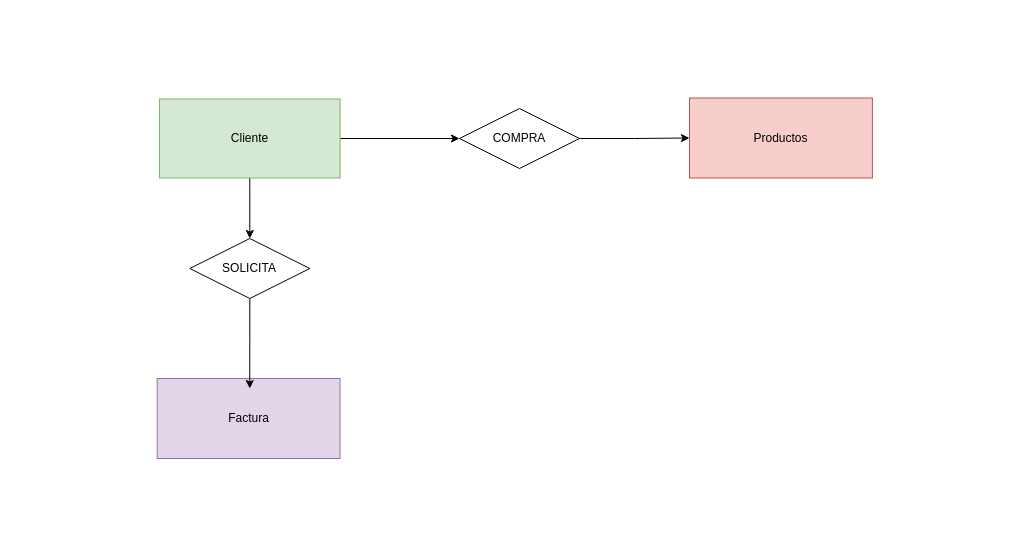
The draw.io diagram Ejercicio 3.drawio in Libelulapop/Base-de-Datos, before the edit. Source tidied: cells renumbered, new cells numbered last; positions are measured from the earlier drawing's top-left corner, leaving out a move shared by most shapes. Both pictures are drawn from the tidied source at 100%, with x=0, y=0 at pixel (157, 98).
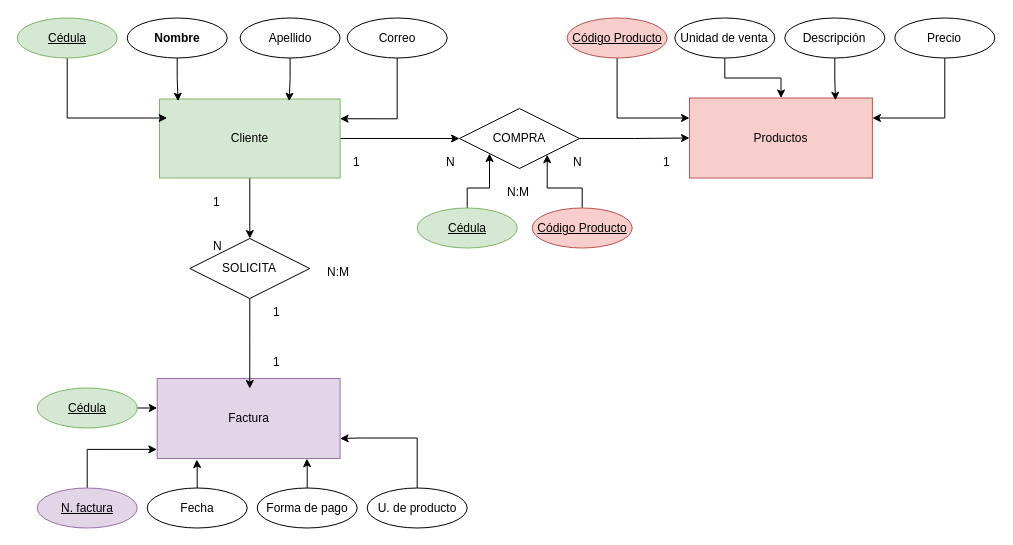
The same page after the edit.

Unchanged cells that the change refers to:
```xml
<mxCell id="2" value="Productos" style="whiteSpace=wrap;html=1;align=center;fillColor=#f8cecc;strokeColor=#b85450;" parent="1" vertex="1">
  <mxGeometry x="532" y="-0.5" width="182.9" height="80" as="geometry" />
</mxCell>
<mxCell id="5" value="Cliente" style="whiteSpace=wrap;html=1;align=center;fillColor=#d5e8d4;strokeColor=#82b366;" parent="1" vertex="1">
  <mxGeometry x="2" y="0.5" width="180.6" height="79" as="geometry" />
</mxCell>
<mxCell id="6" value="Factura" style="whiteSpace=wrap;html=1;align=center;fillColor=#e1d5e7;strokeColor=#9673a6;" parent="1" vertex="1">
  <mxGeometry x="-0.3" y="280" width="182.9" height="80" as="geometry" />
</mxCell>
<mxCell id="8" value="COMPRA" style="shape=rhombus;perimeter=rhombusPerimeter;whiteSpace=wrap;html=1;align=center;" parent="1" vertex="1">
  <mxGeometry x="302" y="10" width="120" height="60" as="geometry" />
</mxCell>
```

Change to the diagram source:
```diff
@@
+    <mxCell id="11" style="edgeStyle=orthogonalEdgeStyle;rounded=0;jettySize=auto;html=1;entryX=0.798;entryY=0.029;entryDx=0;entryDy=0;entryPerimeter=0;" parent="1" edge="1" source="12" target="2">
+      <mxGeometry relative="1" as="geometry" />
+    </mxCell>
+    <mxCell id="12" value="Descripción" style="ellipse;whiteSpace=wrap;html=1;align=center;" parent="1" vertex="1">
+      <mxGeometry x="627.3" y="-80.5" width="100" height="40" as="geometry" />
+    </mxCell>
+    <mxCell id="13" style="edgeStyle=orthogonalEdgeStyle;rounded=0;jettySize=auto;html=1;" parent="1" edge="1" source="14" target="2">
+      <mxGeometry relative="1" as="geometry">
+        <Array as="points">
+          <mxPoint x="459.7" y="19.5" />
+        </Array>
+      </mxGeometry>
+    </mxCell>
+    <mxCell id="14" value="Código Producto" style="ellipse;whiteSpace=wrap;html=1;align=center;fontStyle=4;fillColor=#f8cecc;strokeColor=#b85450;" parent="1" vertex="1">
+      <mxGeometry x="409.6" y="-80.5" width="100" height="40" as="geometry" />
+    </mxCell>
+    <mxCell id="15" style="edgeStyle=orthogonalEdgeStyle;rounded=0;jettySize=auto;html=1;" parent="1" edge="1" source="16" target="2">
+      <mxGeometry relative="1" as="geometry" />
+    </mxCell>
+    <mxCell id="16" value="Unidad de venta" style="ellipse;whiteSpace=wrap;html=1;align=center;" parent="1" vertex="1">
+      <mxGeometry x="517.3" y="-80.5" width="100" height="40" as="geometry" />
+    </mxCell>
+    <mxCell id="17" style="edgeStyle=orthogonalEdgeStyle;rounded=0;jettySize=auto;html=1;entryX=1;entryY=0.25;entryDx=0;entryDy=0;" parent="1" edge="1" source="18" target="2">
+      <mxGeometry relative="1" as="geometry">
+        <Array as="points">
+          <mxPoint x="787.7" y="19.5" />
+        </Array>
+      </mxGeometry>
+    </mxCell>
+    <mxCell id="18" value="Precio" style="ellipse;whiteSpace=wrap;html=1;align=center;" parent="1" vertex="1">
+      <mxGeometry x="737.3" y="-80.5" width="100" height="40" as="geometry" />
+    </mxCell>
+    <mxCell id="19" style="edgeStyle=orthogonalEdgeStyle;rounded=0;jettySize=auto;html=1;" parent="1" edge="1" source="20">
+      <mxGeometry relative="1" as="geometry">
+        <mxPoint x="9.7" y="19.5" as="targetPoint" />
+        <Array as="points">
+          <mxPoint x="-90.3" y="19.5" />
+          <mxPoint x="3.7" y="19.5" />
+        </Array>
+      </mxGeometry>
+    </mxCell>
+    <mxCell id="20" value="Cédula" style="ellipse;whiteSpace=wrap;html=1;align=center;fontStyle=4;fillColor=#d5e8d4;strokeColor=#82b366;" parent="1" vertex="1">
+      <mxGeometry x="-140.3" y="-80.5" width="100" height="40" as="geometry" />
+    </mxCell>
+    <mxCell id="21" style="edgeStyle=orthogonalEdgeStyle;rounded=0;jettySize=auto;html=1;entryX=0.718;entryY=0.028;entryDx=0;entryDy=0;entryPerimeter=0;" parent="1" edge="1" source="22" target="5">
+      <mxGeometry relative="1" as="geometry" />
+    </mxCell>
+    <mxCell id="22" value="Apellido" style="ellipse;whiteSpace=wrap;html=1;align=center;" parent="1" vertex="1">
+      <mxGeometry x="82.6" y="-80.5" width="100" height="40" as="geometry" />
+    </mxCell>
+    <mxCell id="23" style="edgeStyle=orthogonalEdgeStyle;rounded=0;jettySize=auto;html=1;entryX=0.103;entryY=0.028;entryDx=0;entryDy=0;entryPerimeter=0;" parent="1" edge="1" source="24" target="5">
+      <mxGeometry relative="1" as="geometry" />
+    </mxCell>
+    <mxCell id="24" value="Nombre" style="ellipse;whiteSpace=wrap;html=1;align=center;fontStyle=1;" parent="1" vertex="1">
+      <mxGeometry x="-30.3" y="-80.5" width="100" height="40" as="geometry" />
+    </mxCell>
+    <mxCell id="25" style="edgeStyle=orthogonalEdgeStyle;rounded=0;jettySize=auto;html=1;entryX=1;entryY=0.25;entryDx=0;entryDy=0;" parent="1" edge="1" source="26" target="5">
+      <mxGeometry relative="1" as="geometry">
+        <Array as="points">
+          <mxPoint x="239.7" y="20.5" />
+        </Array>
+      </mxGeometry>
+    </mxCell>
+    <mxCell id="26" value="Correo" style="ellipse;whiteSpace=wrap;html=1;align=center;" parent="1" vertex="1">
+      <mxGeometry x="189.7" y="-80.5" width="100" height="40" as="geometry" />
+    </mxCell>
+    <mxCell id="27" style="edgeStyle=orthogonalEdgeStyle;rounded=0;jettySize=auto;html=1;entryX=-0.002;entryY=0.886;entryDx=0;entryDy=0;entryPerimeter=0;" parent="1" edge="1" source="28" target="6">
+      <mxGeometry relative="1" as="geometry">
+        <Array as="points">
+          <mxPoint x="-70.3" y="350.5" />
+        </Array>
+      </mxGeometry>
+    </mxCell>
+    <mxCell id="28" value="N. factura" style="ellipse;whiteSpace=wrap;html=1;align=center;fontStyle=4;fillColor=#e1d5e7;strokeColor=#9673a6;" parent="1" vertex="1">
+      <mxGeometry x="-120.3" y="389.5" width="100" height="40" as="geometry" />
+    </mxCell>
+    <mxCell id="29" style="edgeStyle=orthogonalEdgeStyle;rounded=0;jettySize=auto;html=1;entryX=0.216;entryY=1.013;entryDx=0;entryDy=0;entryPerimeter=0;" parent="1" edge="1" source="30" target="6">
+      <mxGeometry relative="1" as="geometry" />
+    </mxCell>
+    <mxCell id="30" value="Fecha" style="ellipse;whiteSpace=wrap;html=1;align=center;" parent="1" vertex="1">
+      <mxGeometry x="-10.3" y="389.5" width="100" height="40" as="geometry" />
+    </mxCell>
+    <mxCell id="31" style="edgeStyle=orthogonalEdgeStyle;rounded=0;jettySize=auto;html=1;entryX=0.818;entryY=1.002;entryDx=0;entryDy=0;entryPerimeter=0;" parent="1" edge="1" source="32" target="6">
+      <mxGeometry relative="1" as="geometry" />
+    </mxCell>
+    <mxCell id="32" value="Forma de pago" style="ellipse;whiteSpace=wrap;html=1;align=center;" parent="1" vertex="1">
+      <mxGeometry x="99.7" y="389.5" width="100" height="40" as="geometry" />
+    </mxCell>
+    <mxCell id="33" style="edgeStyle=orthogonalEdgeStyle;rounded=0;jettySize=auto;html=1;entryX=1;entryY=0.75;entryDx=0;entryDy=0;" parent="1" edge="1" source="34" target="6">
+      <mxGeometry relative="1" as="geometry">
+        <Array as="points">
+          <mxPoint x="259.7" y="339.5" />
+          <mxPoint x="202.7" y="339.5" />
+        </Array>
+      </mxGeometry>
+    </mxCell>
+    <mxCell id="34" value="U. de producto" style="ellipse;whiteSpace=wrap;html=1;align=center;" parent="1" vertex="1">
+      <mxGeometry x="209.7" y="389.5" width="100" height="40" as="geometry" />
+    </mxCell>
+    <mxCell id="35" value="1" style="text;strokeColor=none;fillColor=none;spacingLeft=4;spacingRight=4;overflow=hidden;fontSize=12;whiteSpace=wrap;html=1;" parent="1" vertex="1">
+      <mxGeometry x="109.7" y="249.5" width="20" height="20" as="geometry" />
+    </mxCell>
+    <mxCell id="36" value="N" style="text;strokeColor=none;fillColor=none;spacingLeft=4;spacingRight=4;overflow=hidden;fontSize=12;whiteSpace=wrap;html=1;" parent="1" vertex="1">
+      <mxGeometry x="49.7" y="133.5" width="20" height="20" as="geometry" />
+    </mxCell>
+    <mxCell id="37" value="N:M" style="text;strokeColor=none;fillColor=none;spacingLeft=4;spacingRight=4;overflow=hidden;fontSize=12;whiteSpace=wrap;html=1;" parent="1" vertex="1">
+      <mxGeometry x="163.7" y="160" width="36" height="20" as="geometry" />
+    </mxCell>
+    <mxCell id="38" value="1" style="text;strokeColor=none;fillColor=none;spacingLeft=4;spacingRight=4;overflow=hidden;fontSize=12;whiteSpace=wrap;html=1;" parent="1" vertex="1">
+      <mxGeometry x="109.7" y="200" width="20" height="20" as="geometry" />
+    </mxCell>
+    <mxCell id="39" value="1" style="text;strokeColor=none;fillColor=none;spacingLeft=4;spacingRight=4;overflow=hidden;fontSize=12;whiteSpace=wrap;html=1;" parent="1" vertex="1">
+      <mxGeometry x="49.7" y="89.5" width="20" height="20" as="geometry" />
+    </mxCell>
+    <mxCell id="40" style="edgeStyle=orthogonalEdgeStyle;rounded=0;jettySize=auto;html=1;entryX=0.003;entryY=0.365;entryDx=0;entryDy=0;entryPerimeter=0;" parent="1" edge="1" source="41" target="6">
+      <mxGeometry relative="1" as="geometry" />
+    </mxCell>
+    <mxCell id="41" value="Cédula" style="ellipse;whiteSpace=wrap;html=1;align=center;fontStyle=4;fillColor=#d5e8d4;strokeColor=#82b366;" parent="1" vertex="1">
+      <mxGeometry x="-120.3" y="289.5" width="100" height="40" as="geometry" />
+    </mxCell>
+    <mxCell id="42" value="1" style="text;strokeColor=none;fillColor=none;spacingLeft=4;spacingRight=4;overflow=hidden;fontSize=12;whiteSpace=wrap;html=1;" parent="1" vertex="1">
+      <mxGeometry x="189.7" y="50" width="20" height="20" as="geometry" />
+    </mxCell>
+    <mxCell id="43" value="N" style="text;strokeColor=none;fillColor=none;spacingLeft=4;spacingRight=4;overflow=hidden;fontSize=12;whiteSpace=wrap;html=1;" parent="1" vertex="1">
+      <mxGeometry x="282.7" y="50" width="20" height="20" as="geometry" />
+    </mxCell>
+    <mxCell id="44" value="1" style="text;strokeColor=none;fillColor=none;spacingLeft=4;spacingRight=4;overflow=hidden;fontSize=12;whiteSpace=wrap;html=1;" parent="1" vertex="1">
+      <mxGeometry x="499.7" y="50" width="20" height="20" as="geometry" />
+    </mxCell>
+    <mxCell id="45" value="N" style="text;strokeColor=none;fillColor=none;spacingLeft=4;spacingRight=4;overflow=hidden;fontSize=12;whiteSpace=wrap;html=1;" parent="1" vertex="1">
+      <mxGeometry x="409.6" y="50" width="20" height="20" as="geometry" />
+    </mxCell>
+    <mxCell id="46" value="N:M" style="text;strokeColor=none;fillColor=none;spacingLeft=4;spacingRight=4;overflow=hidden;fontSize=12;whiteSpace=wrap;html=1;" parent="1" vertex="1">
+      <mxGeometry x="344" y="79.5" width="36" height="20" as="geometry" />
+    </mxCell>
+    <mxCell id="47" style="edgeStyle=orthogonalEdgeStyle;rounded=0;jettySize=auto;html=1;" parent="1" edge="1" source="48" target="8">
+      <mxGeometry relative="1" as="geometry">
+        <Array as="points">
+          <mxPoint x="424.7" y="89.5" />
+          <mxPoint x="389.7" y="89.5" />
+        </Array>
+      </mxGeometry>
+    </mxCell>
+    <mxCell id="48" value="Código Producto" style="ellipse;whiteSpace=wrap;html=1;align=center;fontStyle=4;fillColor=#f8cecc;strokeColor=#b85450;" parent="1" vertex="1">
+      <mxGeometry x="374.7" y="109.5" width="100" height="40" as="geometry" />
+    </mxCell>
+    <mxCell id="49" style="edgeStyle=orthogonalEdgeStyle;rounded=0;jettySize=auto;html=1;entryX=0;entryY=1;entryDx=0;entryDy=0;" parent="1" edge="1" source="50" target="8">
+      <mxGeometry relative="1" as="geometry" />
+    </mxCell>
+    <mxCell id="50" value="Cédula" style="ellipse;whiteSpace=wrap;html=1;align=center;fontStyle=4;fillColor=#d5e8d4;strokeColor=#82b366;" parent="1" vertex="1">
+      <mxGeometry x="259.7" y="109.5" width="100" height="40" as="geometry" />
+    </mxCell>
```
